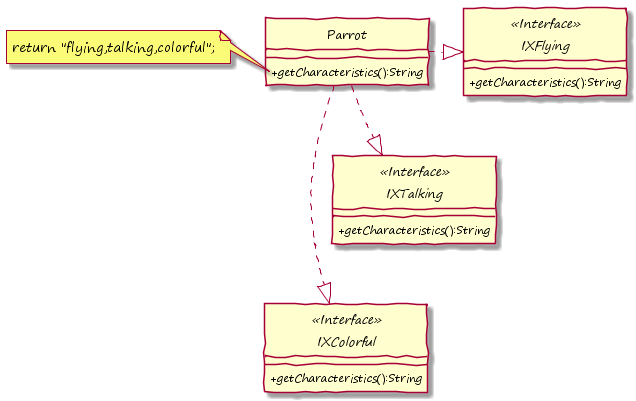
KirstenZa/xtend-etai keeps this PlantUML diagram as images/PlantUML_ExtendedBy_Processed_Method_Own_Processor_Out_Logical.png. Above is the earlier version. Source of this version:
```plantuml
@startuml

hide circle
skinparam handwritten true
skinparam DefaultFontName "Segoe Print"
skinparam classAttributeIconSize 0


interface IXFlying <<Interface>> {
	+getCharacteristics():String
}

interface IXTalking <<Interface>> {
	+getCharacteristics():String
}

interface IXColorful <<Interface>> {
	+getCharacteristics():String
}

class Parrot {
    +getCharacteristics():String
}

Parrot .right-|> IXFlying
Parrot .right-|> IXTalking
Parrot .right-|> IXColorful

note left of Parrot::getCharacteristics
  return "flying,talking,colorful";
end note

IXFlying <-up[hidden]- IXTalking
IXTalking <-up[hidden]- IXColorful
IXTalking <-left[hidden]- Parrot

@enduml
```
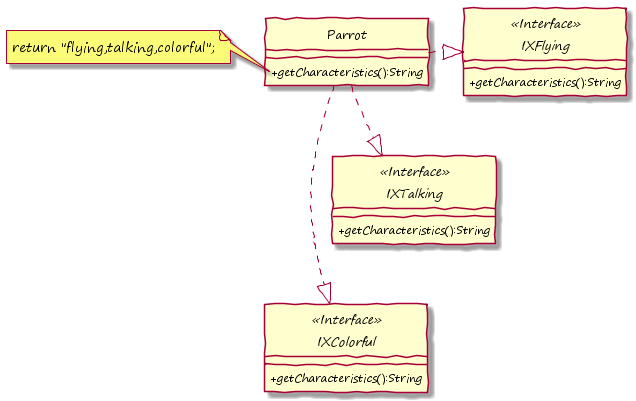
Later version of the same file.

The edit, as a diff of the source:
```diff
@@ -26,7 +26,7 @@
 Parrot .right-|> IXTalking
 Parrot .right-|> IXColorful
 
-note left of Parrot::getCharacteristics
+note left of Parrot::getCharacteristics()
   return "flying,talking,colorful";
 end note
 
```
